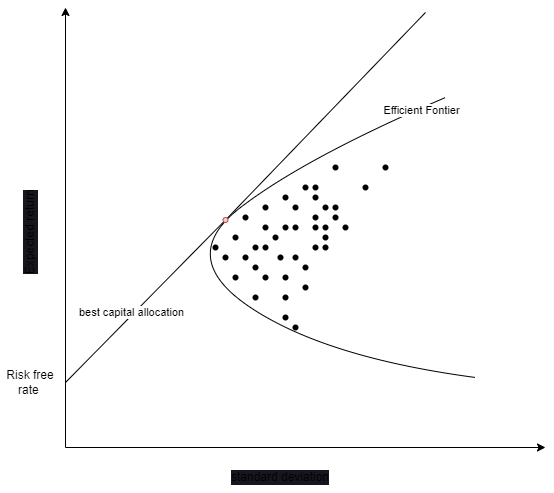
Earlier version of the draw.io export docs/src/drawio/efficient_frontier.drawio.png (korilium/Peccon.jl). Source tidied: cells renumbered, new cells last; positions are measured from the earlier drawing's top-left corner, leaving out a move shared by most shapes.
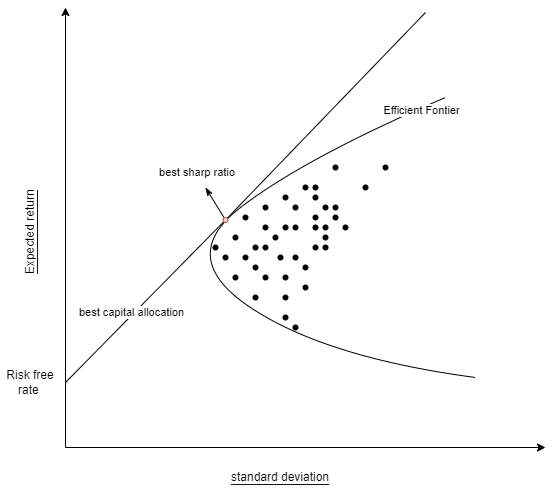
Above is the later version.

Change to the diagram source:
```diff
@@ -151,10 +151,10 @@
     <mxCell id="46" style="shape=waypoint;sketch=0;size=6;fillColor=default;perimeter=centerPerimeter;labelBackgroundColor=#17151e;" parent="1" vertex="1">
       <mxGeometry x="280" y="230" width="20" height="20" as="geometry" />
     </mxCell>
-    <mxCell id="47" value="Expected return" style="text;html=1;strokeColor=none;fillColor=none;align=center;verticalAlign=middle;whiteSpace=wrap;rounded=0;labelBackgroundColor=#17151e;rotation=-90;" parent="1" vertex="1">
+    <mxCell id="47" value="&lt;span style=&quot;background-color: rgb(255, 255, 255);&quot;&gt;Expected return&lt;/span&gt;" style="text;html=1;strokeColor=none;fillColor=none;align=center;verticalAlign=middle;whiteSpace=wrap;rounded=0;labelBackgroundColor=#17151e;rotation=-90;" parent="1" vertex="1">
       <mxGeometry y="210" width="110" height="30" as="geometry" />
     </mxCell>
-    <mxCell id="48" value="standard deviation" style="text;html=1;strokeColor=none;fillColor=none;align=center;verticalAlign=middle;whiteSpace=wrap;rounded=0;labelBackgroundColor=#17151e;rotation=0;" parent="1" vertex="1">
+    <mxCell id="48" value="&lt;span style=&quot;background-color: rgb(255, 255, 255);&quot;&gt;standard deviation&lt;/span&gt;" style="text;html=1;strokeColor=none;fillColor=none;align=center;verticalAlign=middle;whiteSpace=wrap;rounded=0;labelBackgroundColor=#17151e;rotation=0;" parent="1" vertex="1">
       <mxGeometry x="250" y="455" width="110" height="30" as="geometry" />
     </mxCell>
     <mxCell id="49" style="endArrow=none;html=1;strokeWidth=1;startArrow=none;" parent="1" edge="1" source="53">
@@ -173,11 +173,19 @@
     <mxCell id="52" value="best capital allocation" style="edgeLabel;html=1;align=center;verticalAlign=middle;" parent="51" vertex="1">
       <mxGeometry x="-0.15" y="3" relative="1" as="geometry" />
     </mxCell>
+    <mxCell id="55" style="edgeStyle=none;html=1;fontSize=3;strokeWidth=1;endArrow=classicThin;endFill=1;" parent="1" edge="1" source="53">
+      <mxGeometry relative="1" as="geometry">
+        <mxPoint x="230" y="180" as="targetPoint" />
+      </mxGeometry>
+    </mxCell>
     <mxCell id="53" style="ellipse;whiteSpace=wrap;html=1;fillColor=#f8cecc;strokeColor=#b85450;" parent="1" vertex="1">
       <mxGeometry x="247.5" y="210" width="5" height="5" as="geometry" />
     </mxCell>
     <mxCell id="54" value="Risk free rate&amp;nbsp;" style="text;html=1;strokeColor=none;fillColor=none;align=center;verticalAlign=middle;whiteSpace=wrap;rounded=0;" parent="1" vertex="1">
       <mxGeometry x="25" y="360" width="60" height="30" as="geometry" />
     </mxCell>
+    <mxCell id="56" value="&lt;font style=&quot;font-size: 11px;&quot;&gt;best sharp ratio&lt;/font&gt;" style="text;html=1;strokeColor=none;fillColor=none;align=center;verticalAlign=middle;whiteSpace=wrap;rounded=0;labelBackgroundColor=#FFFFFF;fontSize=3;" parent="1" vertex="1">
+      <mxGeometry x="172.5" y="150" width="97.5" height="30" as="geometry" />
+    </mxCell>
   </root>
 </mxGraphModel>
```
